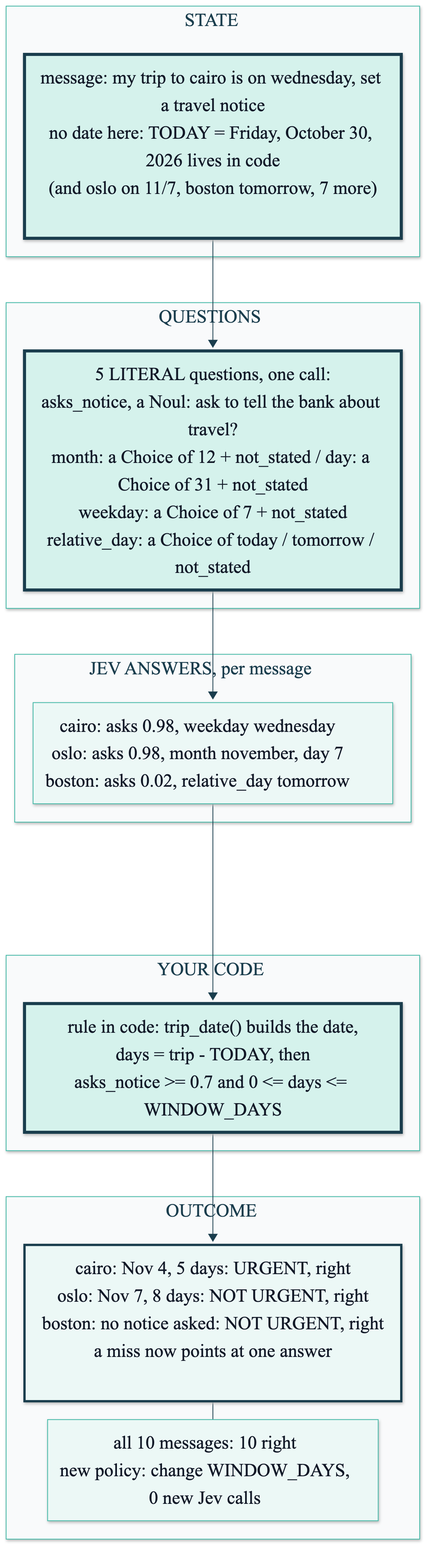
This is course/diagrams/module_02/p1-solution-literal-questions.png from axel-sirota/getting_started_jev, a Mermaid export, as it was before one commit. Its source is kept beside it as course/diagrams/module_02/p1-solution-literal-questions.mmd.
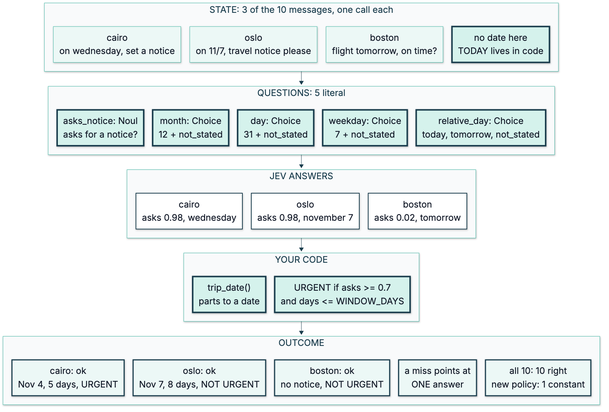
Later version of the same file.

Change to the diagram source:
```diff
@@ -1,28 +1,49 @@
 %%{init: {"theme": "base", "themeVariables": {"fontFamily": "Inter, sans-serif", "primaryColor": "#ECF8F6", "primaryBorderColor": "#40B8A6", "primaryTextColor": "#111827", "lineColor": "#1A3D4D", "secondaryColor": "#F9FAFB", "tertiaryColor": "#FFFFFF", "clusterBkg": "#F9FAFB", "clusterBorder": "#D1D5DB", "actorBkg": "#ECF8F6", "actorBorder": "#40B8A6", "noteBkgColor": "#FFF6DA", "noteBorderColor": "#E0B84C"}}}%%
-flowchart TD
-  subgraph STATE["STATE"]
-    S["message: my trip to cairo is on wednesday, set a travel notice<br/>no date here: TODAY = Friday, October 30, 2026 lives in code<br/>(and oslo on 11/7, boston tomorrow, 7 more)"]
+flowchart TB
+  subgraph STATE["STATE: 3 of the 10 messages, one call each"]
+    direction LR
+    S1["cairo<br/>on wednesday, set a notice"]
+    S2["oslo<br/>on 11/7, travel notice please"]
+    S3["boston<br/>flight tomorrow, on time?"]
+    S4["no date here<br/>TODAY lives in code"]
+    S1 ~~~ S2 ~~~ S3 ~~~ S4
   end
-  subgraph QUESTIONS["QUESTIONS"]
-    Q["5 LITERAL questions, one call:<br/>asks_notice, a Noul: ask to tell the bank about travel?<br/>month: a Choice of 12 + not_stated / day: a Choice of 31 + not_stated<br/>weekday: a Choice of 7 + not_stated<br/>relative_day: a Choice of today / tomorrow / not_stated"]
+  subgraph QUESTIONS["QUESTIONS: 5 literal"]
+    direction LR
+    Q["asks_notice: Noul<br/>asks for a notice?"]
+    H1["month: Choice<br/>12 + not_stated"]
+    H2["day: Choice<br/>31 + not_stated"]
+    H3["weekday: Choice<br/>7 + not_stated"]
+    H4["relative_day: Choice<br/>today, tomorrow, not_stated"]
+    Q ~~~ H1 ~~~ H2 ~~~ H3 ~~~ H4
   end
-  subgraph ANSWERS["JEV ANSWERS, per message"]
-    A["cairo: asks 0.98, weekday wednesday<br/>oslo: asks 0.98, month november, day 7<br/>boston: asks 0.02, relative_day tomorrow"]
+  subgraph ANSWERS["JEV ANSWERS"]
+    direction LR
+    A1["cairo<br/>asks 0.98, wednesday"]
+    A2["oslo<br/>asks 0.98, november 7"]
+    A3["boston<br/>asks 0.02, tomorrow"]
+    A1 ~~~ A2 ~~~ A3
   end
   subgraph CODE["YOUR CODE"]
-    C["rule in code: trip_date() builds the date,<br/>days = trip - TODAY, then<br/>asks_notice >= 0.7 and 0 <= days <= WINDOW_DAYS"]
+    direction LR
+    C1["trip_date()<br/>parts to a date"]
+    C2["URGENT if asks >= 0.7<br/>and days <= WINDOW_DAYS"]
+    C1 ~~~ C2
   end
   subgraph OUTCOME["OUTCOME"]
-    O["cairo: Nov 4, 5 days: URGENT, right<br/>oslo: Nov 7, 8 days: NOT URGENT, right<br/>boston: no notice asked: NOT URGENT, right<br/>a miss now points at one answer"]
-    R["all 10 messages: 10 right<br/>new policy: change WINDOW_DAYS,<br/>0 new Jev calls"]
+    direction LR
+    O1["cairo: ok<br/>Nov 4, 5 days, URGENT"]
+    O2["oslo: ok<br/>Nov 7, 8 days, NOT URGENT"]
+    O3["boston: ok<br/>no notice, NOT URGENT"]
+    O4["a miss points at<br/>ONE answer"]
+    O5["all 10: 10 right<br/>new policy: 1 constant"]
+    O1 ~~~ O2 ~~~ O3 ~~~ O4 ~~~ O5
   end
-  S --> Q --> A --> C --> O
-  O --- R
+  STATE --> QUESTIONS --> ANSWERS --> CODE --> OUTCOME
 
-  classDef fail fill:#FDECEA,stroke:#B42318,stroke-width:4px
   classDef changed fill:#D5F2EC,stroke:#1A3D4D,stroke-width:4px
+  classDef score fill:#FFFFFF,stroke:#1A3D4D,stroke-width:2px
   classDef ok fill:#ECF8F6,stroke:#1A3D4D,stroke-width:3px
-  class S changed
-  class Q changed
-  class C changed
-  class O ok
+  class S4,Q,H1,H2,H3,H4,C1,C2 changed
+  class A1,A2,A3 score
+  class O1,O2,O3,O4,O5 ok
```
